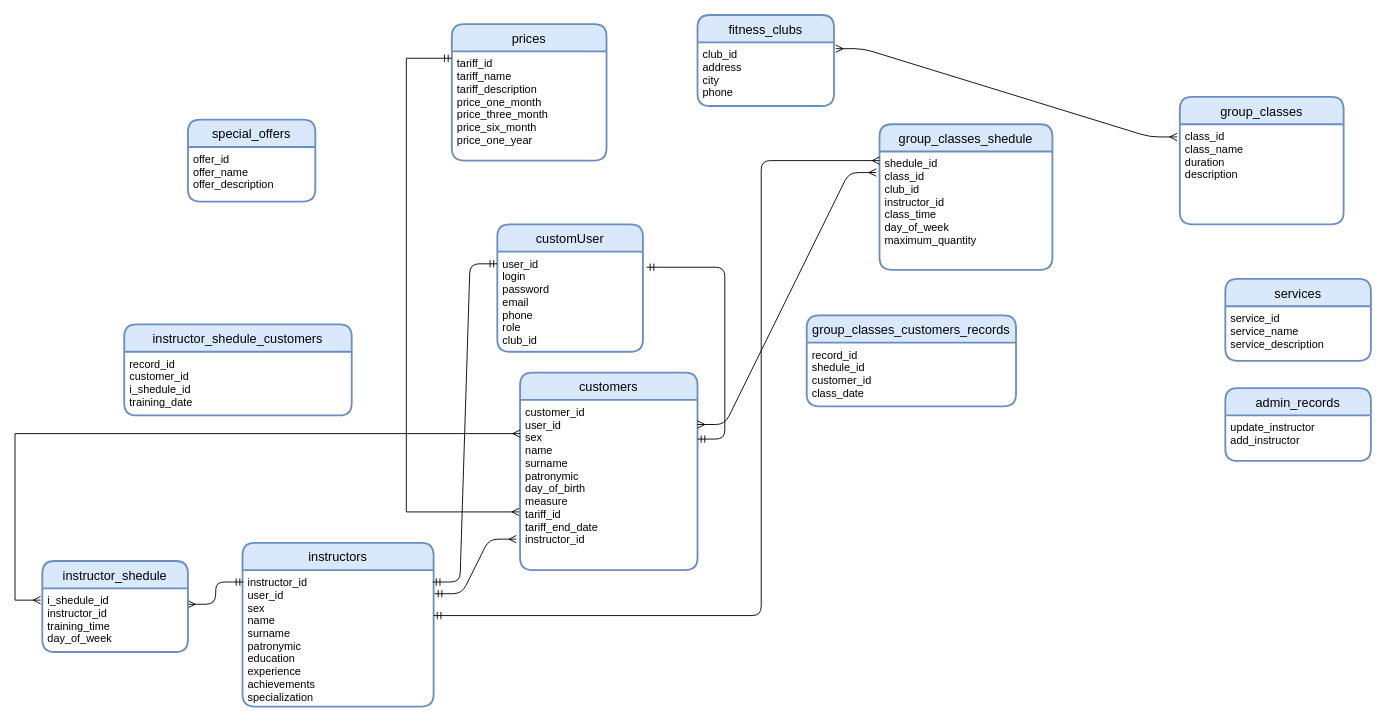
Earlier version of the draw.io diagram course_project_new.drawio (LyubaxaPro/database_course_project). Source tidied: cells renumbered, new cells numbered last; positions are measured from the earlier drawing's top-left corner, leaving out a move shared by most shapes. Both pictures are drawn from the tidied source at 91%, with x=0, y=0 at pixel (15, 15).
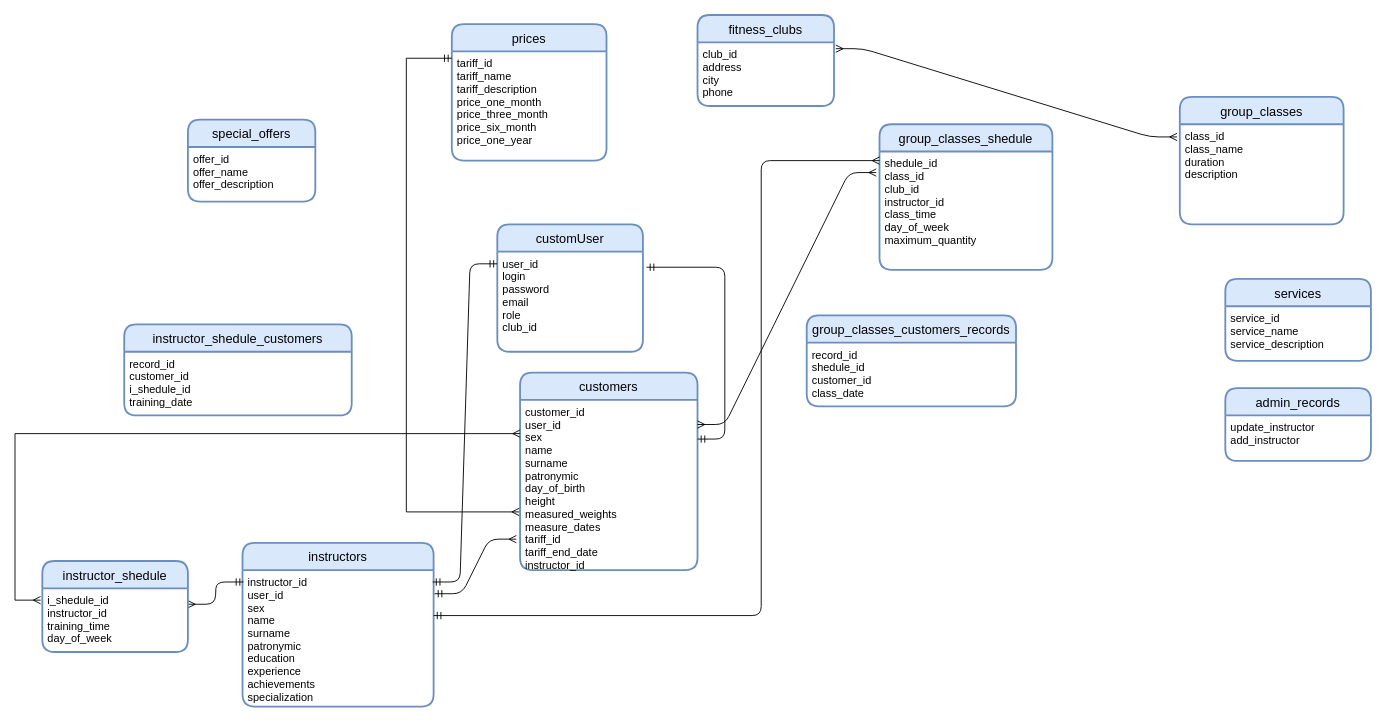
Above is the later version.

The change refers to these unchanged cells:
```xml
<mxCell id="2" value="customers" style="swimlane;horizontal=1;startSize=30;rounded=1;fontSize=14;fontStyle=0;strokeWidth=2;shadow=0;dashed=0;align=center;fillColor=#dae8fc;strokeColor=#6c8ebf;" parent="1" vertex="1">
  <mxGeometry x="555" y="393" width="195" height="217" as="geometry" />
</mxCell>
<mxCell id="4" value="customUser" style="swimlane;horizontal=1;startSize=30;rounded=1;fontSize=14;fontStyle=0;strokeWidth=2;shadow=0;dashed=0;align=center;fillColor=#dae8fc;strokeColor=#6c8ebf;" parent="1" vertex="1">
  <mxGeometry x="530" y="230" width="160" height="140" as="geometry" />
</mxCell>
```

Change to the diagram source:
```diff
@@
-    <mxCell id="3" value="customer_id&#10;user_id&#10;sex&#10;name&#10;surname&#10;patronymic&#10;day_of_birth&#10;measure&#10;tariff_id&#10;tariff_end_date&#10;instructor_id&#10;&#10;" style="align=left;strokeColor=none;fillColor=none;spacingLeft=4;fontSize=12;verticalAlign=top;" parent="2" vertex="1">
+    <mxCell id="3" value="customer_id&#10;user_id&#10;sex&#10;name&#10;surname&#10;patronymic&#10;day_of_birth&#10;height&#10;measured_weights&#10;measure_dates&#10;tariff_id&#10;tariff_end_date&#10;instructor_id&#10;&#10;" style="align=left;strokeColor=none;fillColor=none;spacingLeft=4;fontSize=12;verticalAlign=top;" parent="2" vertex="1">
       <mxGeometry y="30" width="195" height="187" as="geometry" />
     </mxCell>
@@
-    <mxCell id="5" value="user_id&#10;login&#10;password&#10;email&#10;phone&#10;role&#10;club_id&#10;&#10;&#10;" style="align=left;strokeColor=none;fillColor=none;spacingLeft=4;fontSize=12;verticalAlign=top;" parent="4" vertex="1">
+    <mxCell id="5" value="user_id&#10;login&#10;password&#10;email&#10;role&#10;club_id&#10;&#10;&#10;" style="align=left;strokeColor=none;fillColor=none;spacingLeft=4;fontSize=12;verticalAlign=top;" parent="4" vertex="1">
       <mxGeometry y="30" width="160" height="110" as="geometry" />
     </mxCell>
```
